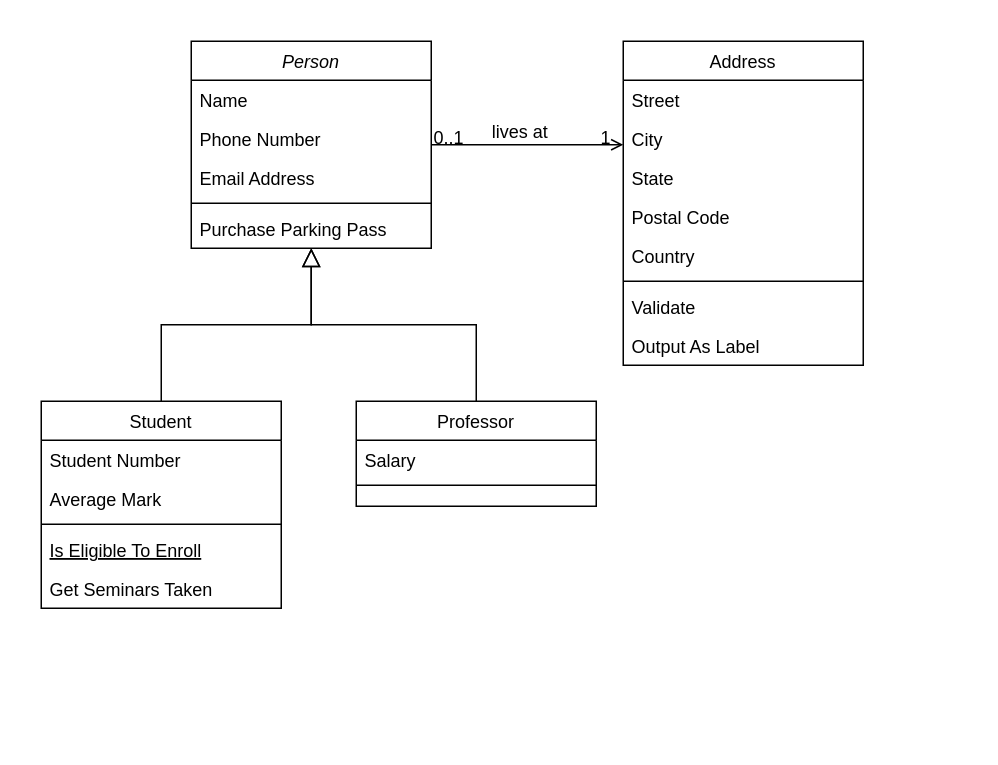
Earlier version of the draw.io diagram Untitled Diagram.drawio (hsinyuwww/furnitureShop). Source tidied: cells renumbered, new cells numbered last; positions are measured from the earlier drawing's top-left corner, leaving out a move shared by most shapes. Both pictures are drawn from the tidied source at 150%, with x=0, y=0 at pixel (40, 40).
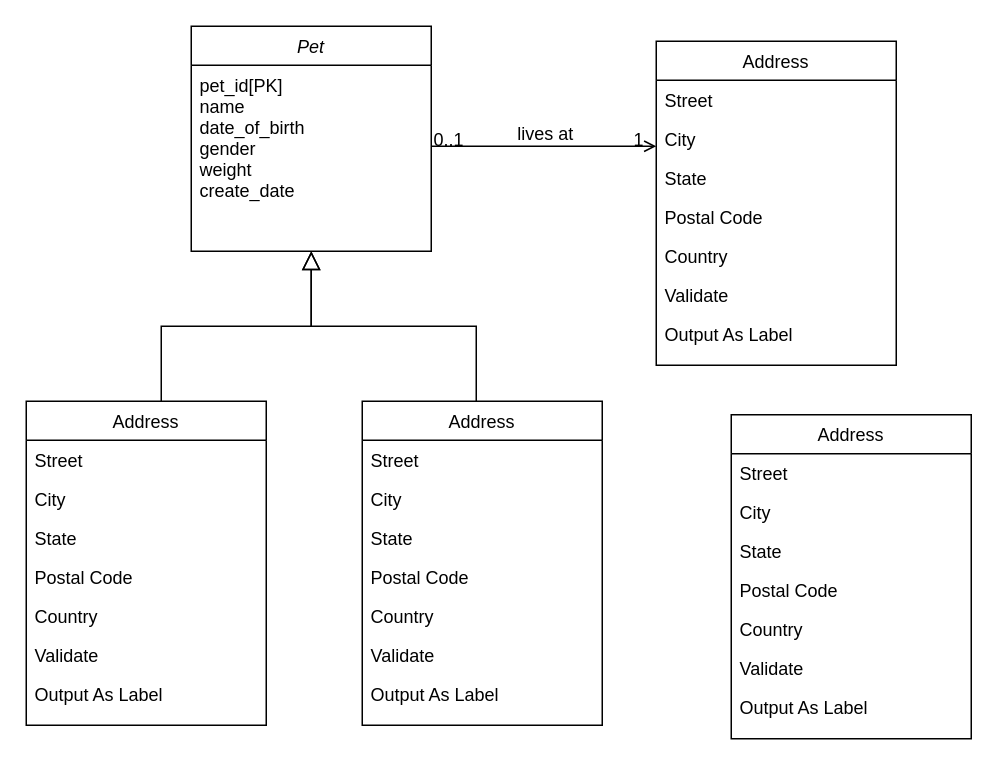
Above is the later version.

The edit, as a diff of the source:
```diff
@@
-    <mxCell id="2" value="Person" style="swimlane;fontStyle=2;align=center;verticalAlign=top;horizontal=1;startSize=26;rounded=0;shadow=0;strokeWidth=1;" parent="1" vertex="1">
-      <mxGeometry x="100" width="160" height="138" as="geometry" />
+    <mxCell id="2" value="Pet" style="swimlane;fontStyle=2;align=center;verticalAlign=top;horizontal=1;startSize=26;rounded=0;shadow=0;strokeWidth=1;" parent="1" vertex="1">
+      <mxGeometry x="100" y="-10" width="160" height="150" as="geometry" />
     </mxCell>
-    <mxCell id="3" value="Name" style="text;align=left;verticalAlign=top;spacingLeft=4;spacingRight=4;overflow=hidden;" parent="2" vertex="1">
-      <mxGeometry y="26" width="160" height="26" as="geometry" />
+    <mxCell id="3" value="pet_id[PK]&#10;name&#10;date_of_birth&#10;gender&#10;weight&#10;create_date" style="text;align=left;verticalAlign=top;spacingLeft=4;spacingRight=4;overflow=hidden;" parent="2" vertex="1">
+      <mxGeometry y="26" width="160" height="124" as="geometry" />
     </mxCell>
-    <mxCell id="4" value="Phone Number" style="text;align=left;verticalAlign=top;spacingLeft=4;spacingRight=4;overflow=hidden;rounded=0;shadow=0;html=0;" parent="2" vertex="1">
-      <mxGeometry y="52" width="160" height="26" as="geometry" />
-    </mxCell>
-    <mxCell id="5" value="Email Address" style="text;align=left;verticalAlign=top;spacingLeft=4;spacingRight=4;overflow=hidden;rounded=0;shadow=0;html=0;" parent="2" vertex="1">
-      <mxGeometry y="78" width="160" height="26" as="geometry" />
-    </mxCell>
-    <mxCell id="6" style="line;html=1;strokeWidth=1;align=left;verticalAlign=middle;spacingTop=-1;spacingLeft=3;spacingRight=3;labelPosition=right;" parent="2" vertex="1">
-      <mxGeometry y="104" width="160" height="8" as="geometry" />
-    </mxCell>
-    <mxCell id="7" value="Purchase Parking Pass" style="text;align=left;verticalAlign=top;spacingLeft=4;spacingRight=4;overflow=hidden;" parent="2" vertex="1">
-      <mxGeometry y="112" width="160" height="26" as="geometry" />
-    </mxCell>
-    <mxCell id="8" value="Student" style="swimlane;fontStyle=0;align=center;verticalAlign=top;horizontal=1;startSize=26;rounded=0;shadow=0;strokeWidth=1;" parent="1" vertex="1">
-      <mxGeometry y="240" width="160" height="138" as="geometry" />
-    </mxCell>
-    <mxCell id="9" value="Student Number" style="text;align=left;verticalAlign=top;spacingLeft=4;spacingRight=4;overflow=hidden;" parent="8" vertex="1">
-      <mxGeometry y="26" width="160" height="26" as="geometry" />
-    </mxCell>
-    <mxCell id="10" value="Average Mark" style="text;align=left;verticalAlign=top;spacingLeft=4;spacingRight=4;overflow=hidden;rounded=0;shadow=0;html=0;" parent="8" vertex="1">
-      <mxGeometry y="52" width="160" height="26" as="geometry" />
-    </mxCell>
-    <mxCell id="11" style="line;html=1;strokeWidth=1;align=left;verticalAlign=middle;spacingTop=-1;spacingLeft=3;spacingRight=3;labelPosition=right;" parent="8" vertex="1">
-      <mxGeometry y="78" width="160" height="8" as="geometry" />
-    </mxCell>
-    <mxCell id="12" value="Is Eligible To Enroll" style="text;align=left;verticalAlign=top;spacingLeft=4;spacingRight=4;overflow=hidden;fontStyle=4;" parent="8" vertex="1">
-      <mxGeometry y="86" width="160" height="26" as="geometry" />
-    </mxCell>
-    <mxCell id="13" value="Get Seminars Taken" style="text;align=left;verticalAlign=top;spacingLeft=4;spacingRight=4;overflow=hidden;" parent="8" vertex="1">
-      <mxGeometry y="112" width="160" height="26" as="geometry" />
-    </mxCell>
-    <mxCell id="14" style="endArrow=block;endSize=10;endFill=0;shadow=0;strokeWidth=1;rounded=0;curved=0;edgeStyle=elbowEdgeStyle;elbow=vertical;" parent="1" edge="1" source="8" target="2">
-      <mxGeometry relative="1" as="geometry" />
+    <mxCell id="14" style="endArrow=block;endSize=10;endFill=0;shadow=0;strokeWidth=1;rounded=0;curved=0;edgeStyle=elbowEdgeStyle;elbow=vertical;" parent="1" edge="1" target="2">
+      <mxGeometry relative="1" as="geometry">
+        <mxPoint x="80" y="240" as="sourcePoint" />
+      </mxGeometry>
     </mxCell>
-    <mxCell id="15" value="Professor" style="swimlane;fontStyle=0;align=center;verticalAlign=top;horizontal=1;startSize=26;rounded=0;shadow=0;strokeWidth=1;" parent="1" vertex="1">
-      <mxGeometry x="210" y="240" width="160" height="70" as="geometry" />
-    </mxCell>
-    <mxCell id="16" value="Salary" style="text;align=left;verticalAlign=top;spacingLeft=4;spacingRight=4;overflow=hidden;" parent="15" vertex="1">
-      <mxGeometry y="26" width="160" height="26" as="geometry" />
-    </mxCell>
-    <mxCell id="17" style="line;html=1;strokeWidth=1;align=left;verticalAlign=middle;spacingTop=-1;spacingLeft=3;spacingRight=3;labelPosition=right;" parent="15" vertex="1">
-      <mxGeometry y="52" width="160" height="8" as="geometry" />
-    </mxCell>
-    <mxCell id="18" style="endArrow=block;endSize=10;endFill=0;shadow=0;strokeWidth=1;rounded=0;curved=0;edgeStyle=elbowEdgeStyle;elbow=vertical;" parent="1" edge="1" source="15" target="2">
-      <mxGeometry relative="1" as="geometry" />
+    <mxCell id="18" style="endArrow=block;endSize=10;endFill=0;shadow=0;strokeWidth=1;rounded=0;curved=0;edgeStyle=elbowEdgeStyle;elbow=vertical;" parent="1" edge="1" target="2">
+      <mxGeometry relative="1" as="geometry">
+        <mxPoint x="290" y="240" as="sourcePoint" />
+      </mxGeometry>
     </mxCell>
     <mxCell id="19" value="Address" style="swimlane;fontStyle=0;align=center;verticalAlign=top;horizontal=1;startSize=26;rounded=0;shadow=0;strokeWidth=1;" parent="1" vertex="1">
-      <mxGeometry x="388" width="160" height="216" as="geometry" />
+      <mxGeometry x="410" width="160" height="216" as="geometry" />
     </mxCell>
@@
-    <mxCell id="25" style="line;html=1;strokeWidth=1;align=left;verticalAlign=middle;spacingTop=-1;spacingLeft=3;spacingRight=3;labelPosition=right;" parent="19" vertex="1">
-      <mxGeometry y="156" width="160" height="8" as="geometry" />
-    </mxCell>
     <mxCell id="26" value="Validate" style="text;align=left;verticalAlign=top;spacingLeft=4;spacingRight=4;overflow=hidden;" parent="19" vertex="1">
-      <mxGeometry y="164" width="160" height="26" as="geometry" />
+      <mxGeometry y="156" width="160" height="26" as="geometry" />
     </mxCell>
     <mxCell id="27" value="Output As Label" style="text;align=left;verticalAlign=top;spacingLeft=4;spacingRight=4;overflow=hidden;" parent="19" vertex="1">
-      <mxGeometry y="190" width="160" height="26" as="geometry" />
+      <mxGeometry y="182" width="160" height="26" as="geometry" />
     </mxCell>
@@
+    <mxCell id="32" value="Address" style="swimlane;fontStyle=0;align=center;verticalAlign=top;horizontal=1;startSize=26;rounded=0;shadow=0;strokeWidth=1;" parent="1" vertex="1">
+      <mxGeometry x="460" y="249" width="160" height="216" as="geometry" />
+    </mxCell>
+    <mxCell id="33" value="Street" style="text;align=left;verticalAlign=top;spacingLeft=4;spacingRight=4;overflow=hidden;" parent="32" vertex="1">
+      <mxGeometry y="26" width="160" height="26" as="geometry" />
+    </mxCell>
+    <mxCell id="34" value="City" style="text;align=left;verticalAlign=top;spacingLeft=4;spacingRight=4;overflow=hidden;rounded=0;shadow=0;html=0;" parent="32" vertex="1">
+      <mxGeometry y="52" width="160" height="26" as="geometry" />
+    </mxCell>
+    <mxCell id="35" value="State" style="text;align=left;verticalAlign=top;spacingLeft=4;spacingRight=4;overflow=hidden;rounded=0;shadow=0;html=0;" parent="32" vertex="1">
+      <mxGeometry y="78" width="160" height="26" as="geometry" />
+    </mxCell>
+    <mxCell id="36" value="Postal Code" style="text;align=left;verticalAlign=top;spacingLeft=4;spacingRight=4;overflow=hidden;rounded=0;shadow=0;html=0;" parent="32" vertex="1">
+      <mxGeometry y="104" width="160" height="26" as="geometry" />
+    </mxCell>
+    <mxCell id="37" value="Country" style="text;align=left;verticalAlign=top;spacingLeft=4;spacingRight=4;overflow=hidden;rounded=0;shadow=0;html=0;" parent="32" vertex="1">
+      <mxGeometry y="130" width="160" height="26" as="geometry" />
+    </mxCell>
+    <mxCell id="38" value="Validate" style="text;align=left;verticalAlign=top;spacingLeft=4;spacingRight=4;overflow=hidden;" parent="32" vertex="1">
+      <mxGeometry y="156" width="160" height="26" as="geometry" />
+    </mxCell>
+    <mxCell id="39" value="Output As Label" style="text;align=left;verticalAlign=top;spacingLeft=4;spacingRight=4;overflow=hidden;" parent="32" vertex="1">
+      <mxGeometry y="182" width="160" height="26" as="geometry" />
+    </mxCell>
+    <mxCell id="40" value="Address" style="swimlane;fontStyle=0;align=center;verticalAlign=top;horizontal=1;startSize=26;rounded=0;shadow=0;strokeWidth=1;" parent="1" vertex="1">
+      <mxGeometry x="214" y="240" width="160" height="216" as="geometry" />
+    </mxCell>
+    <mxCell id="41" value="Street" style="text;align=left;verticalAlign=top;spacingLeft=4;spacingRight=4;overflow=hidden;" parent="40" vertex="1">
+      <mxGeometry y="26" width="160" height="26" as="geometry" />
+    </mxCell>
+    <mxCell id="42" value="City" style="text;align=left;verticalAlign=top;spacingLeft=4;spacingRight=4;overflow=hidden;rounded=0;shadow=0;html=0;" parent="40" vertex="1">
+      <mxGeometry y="52" width="160" height="26" as="geometry" />
+    </mxCell>
+    <mxCell id="43" value="State" style="text;align=left;verticalAlign=top;spacingLeft=4;spacingRight=4;overflow=hidden;rounded=0;shadow=0;html=0;" parent="40" vertex="1">
+      <mxGeometry y="78" width="160" height="26" as="geometry" />
+    </mxCell>
+    <mxCell id="44" value="Postal Code" style="text;align=left;verticalAlign=top;spacingLeft=4;spacingRight=4;overflow=hidden;rounded=0;shadow=0;html=0;" parent="40" vertex="1">
+      <mxGeometry y="104" width="160" height="26" as="geometry" />
+    </mxCell>
+    <mxCell id="45" value="Country" style="text;align=left;verticalAlign=top;spacingLeft=4;spacingRight=4;overflow=hidden;rounded=0;shadow=0;html=0;" parent="40" vertex="1">
+      <mxGeometry y="130" width="160" height="26" as="geometry" />
+    </mxCell>
+    <mxCell id="46" value="Validate" style="text;align=left;verticalAlign=top;spacingLeft=4;spacingRight=4;overflow=hidden;" parent="40" vertex="1">
+      <mxGeometry y="156" width="160" height="26" as="geometry" />
+    </mxCell>
+    <mxCell id="47" value="Output As Label" style="text;align=left;verticalAlign=top;spacingLeft=4;spacingRight=4;overflow=hidden;" parent="40" vertex="1">
+      <mxGeometry y="182" width="160" height="26" as="geometry" />
+    </mxCell>
+    <mxCell id="48" value="Address" style="swimlane;fontStyle=0;align=center;verticalAlign=top;horizontal=1;startSize=26;rounded=0;shadow=0;strokeWidth=1;" parent="1" vertex="1">
+      <mxGeometry x="-10" y="240" width="160" height="216" as="geometry" />
+    </mxCell>
+    <mxCell id="49" value="Street" style="text;align=left;verticalAlign=top;spacingLeft=4;spacingRight=4;overflow=hidden;" parent="48" vertex="1">
+      <mxGeometry y="26" width="160" height="26" as="geometry" />
+    </mxCell>
+    <mxCell id="50" value="City" style="text;align=left;verticalAlign=top;spacingLeft=4;spacingRight=4;overflow=hidden;rounded=0;shadow=0;html=0;" parent="48" vertex="1">
+      <mxGeometry y="52" width="160" height="26" as="geometry" />
+    </mxCell>
+    <mxCell id="51" value="State" style="text;align=left;verticalAlign=top;spacingLeft=4;spacingRight=4;overflow=hidden;rounded=0;shadow=0;html=0;" parent="48" vertex="1">
+      <mxGeometry y="78" width="160" height="26" as="geometry" />
+    </mxCell>
+    <mxCell id="52" value="Postal Code" style="text;align=left;verticalAlign=top;spacingLeft=4;spacingRight=4;overflow=hidden;rounded=0;shadow=0;html=0;" parent="48" vertex="1">
+      <mxGeometry y="104" width="160" height="26" as="geometry" />
+    </mxCell>
+    <mxCell id="53" value="Country" style="text;align=left;verticalAlign=top;spacingLeft=4;spacingRight=4;overflow=hidden;rounded=0;shadow=0;html=0;" parent="48" vertex="1">
+      <mxGeometry y="130" width="160" height="26" as="geometry" />
+    </mxCell>
+    <mxCell id="54" value="Validate" style="text;align=left;verticalAlign=top;spacingLeft=4;spacingRight=4;overflow=hidden;" parent="48" vertex="1">
+      <mxGeometry y="156" width="160" height="26" as="geometry" />
+    </mxCell>
+    <mxCell id="55" value="Output As Label" style="text;align=left;verticalAlign=top;spacingLeft=4;spacingRight=4;overflow=hidden;" parent="48" vertex="1">
+      <mxGeometry y="182" width="160" height="26" as="geometry" />
+    </mxCell>
```
